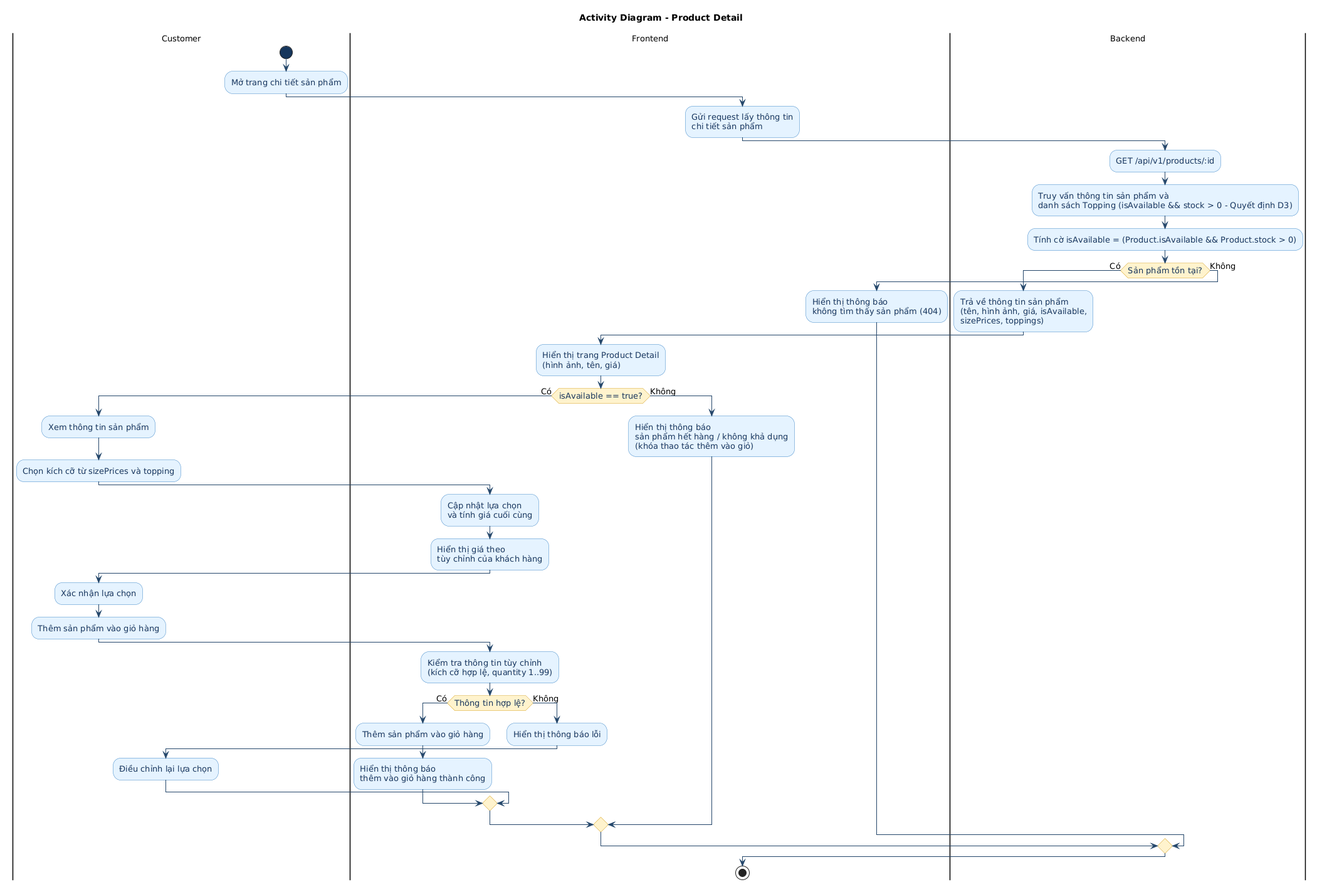
This is report/figures/activity-product-detail.png from ChienPM-27/BrewLite_02, a PlantUML export, as it was before one commit. Its diagram source:
```plantuml
@startuml
title Activity Diagram - Product Detail

skinparam backgroundColor white
skinparam shadowing false
skinparam defaultFontName Arial
skinparam defaultFontSize 13
skinparam ArrowColor #24476B

skinparam activity {
    BackgroundColor #E5F2FF
    BorderColor #3984C6
    FontColor #17365D
    DiamondBackgroundColor #FFF2CC
    DiamondBorderColor #D6A323
    StartColor #17365D
    EndColor #17365D
    BarColor #3984C6
}

|Customer|
start
:Mở trang chi tiết sản phẩm;

|Frontend|
:Gửi request lấy thông tin
chi tiết sản phẩm;

|Backend|
:GET /api/v1/products/:id;
:Truy vấn thông tin sản phẩm và
danh sách Topping (isAvailable && stock > 0 - Quyết định D3);
:Tính cờ isAvailable = (Product.isAvailable && Product.stock > 0);

if (Sản phẩm tồn tại?) then (Có)
    :Trả về thông tin sản phẩm
    (tên, hình ảnh, giá, isAvailable,
    sizePrices, toppings);

    |Frontend|
    :Hiển thị trang Product Detail
    (hình ảnh, tên, giá);

    if (isAvailable == true?) then (Có)
        |Customer|
        :Xem thông tin sản phẩm;
        :Chọn kích cỡ từ sizePrices và topping;

        |Frontend|
        :Cập nhật lựa chọn
        và tính giá cuối cùng;
        :Hiển thị giá theo
        tùy chỉnh của khách hàng;

        |Customer|
        :Xác nhận lựa chọn;
        :Thêm sản phẩm vào giỏ hàng;

        |Frontend|
        :Kiểm tra thông tin tùy chỉnh
        (kích cỡ hợp lệ, quantity 1..99);

        if (Thông tin hợp lệ?) then (Có)
            :Thêm sản phẩm vào giỏ hàng;
            :Hiển thị thông báo
            thêm vào giỏ hàng thành công;
        else (Không)
            :Hiển thị thông báo lỗi;
            |Customer|
            :Điều chỉnh lại lựa chọn;
        endif

    else (Không)
        |Frontend|
        :Hiển thị thông báo
        sản phẩm hết hàng / không khả dụng
        (khóa thao tác thêm vào giỏ);
    endif

else (Không)
    |Frontend|
    :Hiển thị thông báo
    không tìm thấy sản phẩm (404);
endif

stop
@enduml
```
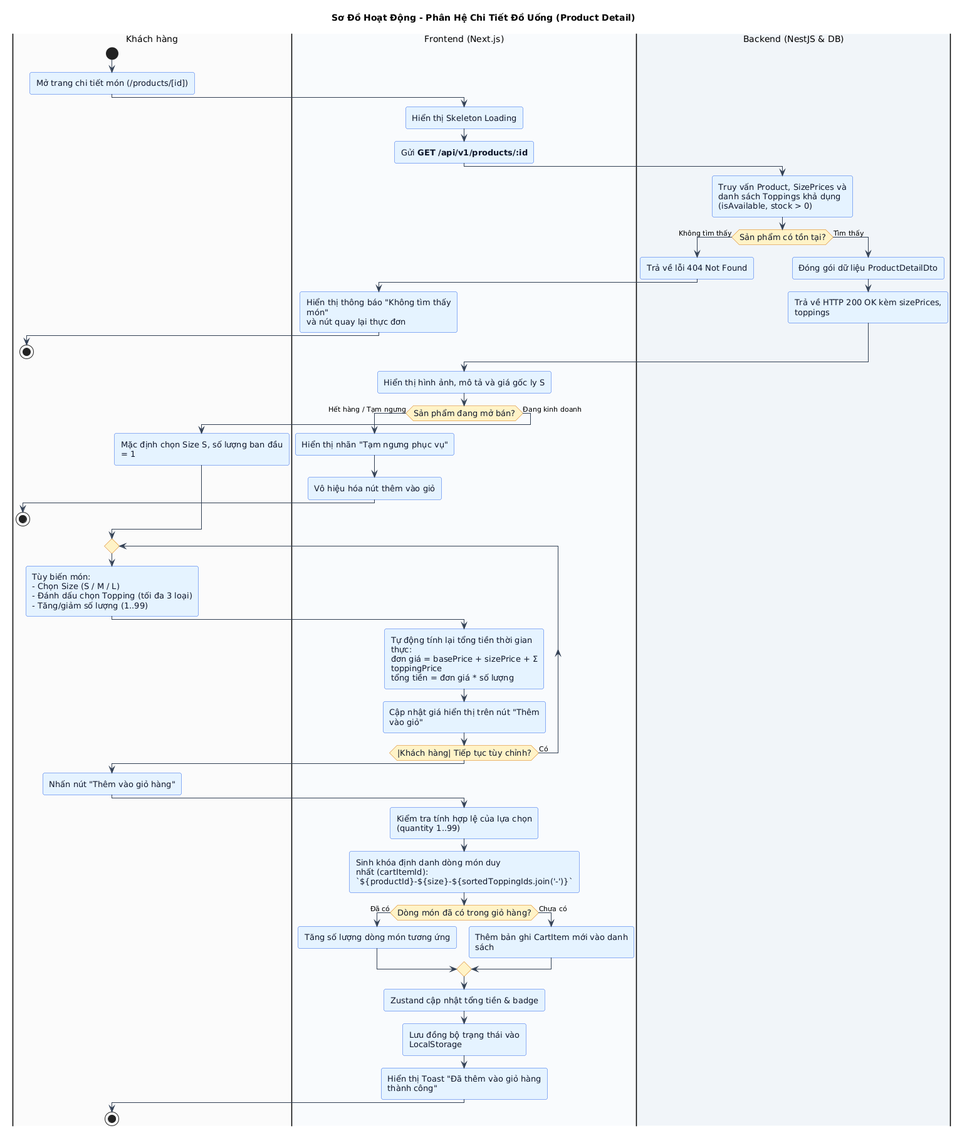
The same file after the commit.

Diff of the diagram source:
```diff
@@ -1,87 +1,93 @@
-@startuml
-title Activity Diagram - Product Detail
+@startuml activity-product-detail
+title Sơ Đồ Hoạt Động - Phân Hệ Chi Tiết Đồ Uống (Product Detail)
 
-skinparam backgroundColor white
+skinparam defaultFontName Arial
 skinparam shadowing false
-skinparam defaultFontName Arial
-skinparam defaultFontSize 13
-skinparam ArrowColor #24476B
+skinparam roundcorner 6
+
+skinparam nodesep 12
+skinparam ranksep 14
+skinparam defaultFontSize 14
+skinparam activityFontSize 13
+skinparam arrowFontSize 11
+skinparam activityPadding 8
+skinparam wrapWidth 260
 
 skinparam activity {
     BackgroundColor #E5F2FF
-    BorderColor #3984C6
-    FontColor #17365D
-    DiamondBackgroundColor #FFF2CC
-    DiamondBorderColor #D6A323
-    StartColor #17365D
-    EndColor #17365D
-    BarColor #3984C6
+    BorderColor #2563EB
+    FontColor #0F172A
+    DiamondBackgroundColor #FEF3C7
+    DiamondBorderColor #D97706
+    DiamondFontColor #0F172A
 }
+skinparam ArrowColor #334155
 
-|Customer|
+|#FAFAFA|Khách hàng|
+|#F8FAFC|Frontend (Next.js)|
+|#F1F5F9|Backend (NestJS & DB)|
+
+|Khách hàng|
 start
-:Mở trang chi tiết sản phẩm;
+:Mở trang chi tiết món (/products/[id]);
 
-|Frontend|
-:Gửi request lấy thông tin
-chi tiết sản phẩm;
+|Frontend (Next.js)|
+:Hiển thị Skeleton Loading;
+:Gửi **GET /api/v1/products/:id**;
 
-|Backend|
-:GET /api/v1/products/:id;
-:Truy vấn thông tin sản phẩm và
-danh sách Topping (isAvailable && stock > 0 - Quyết định D3);
-:Tính cờ isAvailable = (Product.isAvailable && Product.stock > 0);
+|Backend (NestJS & DB)|
+:Truy vấn Product, SizePrices và\ndanh sách Toppings khả dụng (isAvailable, stock > 0);
 
-if (Sản phẩm tồn tại?) then (Có)
-    :Trả về thông tin sản phẩm
-    (tên, hình ảnh, giá, isAvailable,
-    sizePrices, toppings);
-
-    |Frontend|
-    :Hiển thị trang Product Detail
-    (hình ảnh, tên, giá);
-
-    if (isAvailable == true?) then (Có)
-        |Customer|
-        :Xem thông tin sản phẩm;
-        :Chọn kích cỡ từ sizePrices và topping;
-
-        |Frontend|
-        :Cập nhật lựa chọn
-        và tính giá cuối cùng;
-        :Hiển thị giá theo
-        tùy chỉnh của khách hàng;
-
-        |Customer|
-        :Xác nhận lựa chọn;
-        :Thêm sản phẩm vào giỏ hàng;
-
-        |Frontend|
-        :Kiểm tra thông tin tùy chỉnh
-        (kích cỡ hợp lệ, quantity 1..99);
-
-        if (Thông tin hợp lệ?) then (Có)
-            :Thêm sản phẩm vào giỏ hàng;
-            :Hiển thị thông báo
-            thêm vào giỏ hàng thành công;
-        else (Không)
-            :Hiển thị thông báo lỗi;
-            |Customer|
-            :Điều chỉnh lại lựa chọn;
-        endif
-
-    else (Không)
-        |Frontend|
-        :Hiển thị thông báo
-        sản phẩm hết hàng / không khả dụng
-        (khóa thao tác thêm vào giỏ);
-    endif
-
-else (Không)
-    |Frontend|
-    :Hiển thị thông báo
-    không tìm thấy sản phẩm (404);
+if (Sản phẩm có tồn tại?) then (Không tìm thấy)
+    :Trả về lỗi 404 Not Found;
+    |Frontend (Next.js)|
+    :Hiển thị thông báo "Không tìm thấy món"\nvà nút quay lại thực đơn;
+    |Khách hàng|
+    stop
+else (Tìm thấy)
+    |Backend (NestJS & DB)|
+    :Đóng gói dữ liệu ProductDetailDto;
+    :Trả về HTTP 200 OK kèm sizePrices, toppings;
 endif
 
+|Frontend (Next.js)|
+:Hiển thị hình ảnh, mô tả và giá gốc ly S;
+
+if (Sản phẩm đang mở bán?) then (Hết hàng / Tạm ngưng)
+    :Hiển thị nhãn "Tạm ngưng phục vụ";
+    :Vô hiệu hóa nút thêm vào giỏ;
+    |Khách hàng|
+    stop
+else (Đang kinh doanh)
+    :Mặc định chọn Size S, số lượng ban đầu = 1;
+endif
+
+|Khách hàng|
+repeat
+    :Tùy biến món:\n- Chọn Size (S / M / L)\n- Đánh dấu chọn Topping (tối đa 3 loại)\n- Tăng/giảm số lượng (1..99);
+    |Frontend (Next.js)|
+    :Tự động tính lại tổng tiền thời gian thực:\nđơn giá = basePrice + sizePrice + Σ toppingPrice\ntổng tiền = đơn giá * số lượng;
+    :Cập nhật giá hiển thị trên nút "Thêm vào giỏ";
+repeat while (|Khách hàng| Tiếp tục tùy chỉnh?) is (Có)
+
+|Khách hàng|
+:Nhấn nút "Thêm vào giỏ hàng";
+
+|Frontend (Next.js)|
+:Kiểm tra tính hợp lệ của lựa chọn (quantity 1..99);
+:Sinh khóa định danh dòng món duy nhất (cartItemId):\n`${productId}-${size}-${sortedToppingIds.join('-')}`;
+
+if (Dòng món đã có trong giỏ hàng?) then (Đã có)
+    :Tăng số lượng dòng món tương ứng;
+else (Chưa có)
+    :Thêm bản ghi CartItem mới vào danh sách;
+endif
+
+:Zustand cập nhật tổng tiền & badge;
+:Lưu đồng bộ trạng thái vào LocalStorage;
+:Hiển thị Toast "Đã thêm vào giỏ hàng thành công";
+
+|Khách hàng|
 stop
+
 @enduml
```
